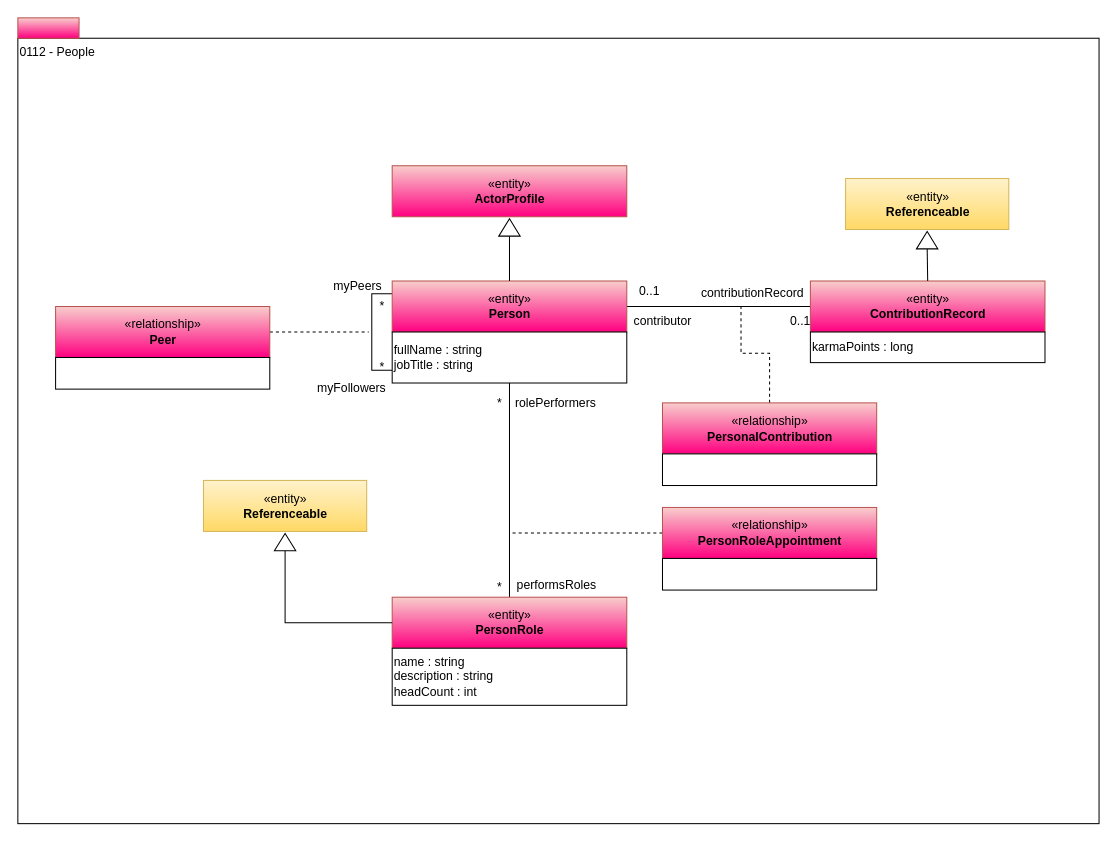
Above: page "0112-People" (3 of 13) of open-metadata-publication/website/open-metadata-types/area-1-collaboration.drawio in planetf1/egeria (draw.io), before the change. Source tidied: cells renumbered, new cells numbered last; positions are measured from the earlier drawing's top-left corner, leaving out a move shared by most shapes. Both pictures are drawn from the tidied source at 102%, with x=0, y=0 at pixel (17, 17).
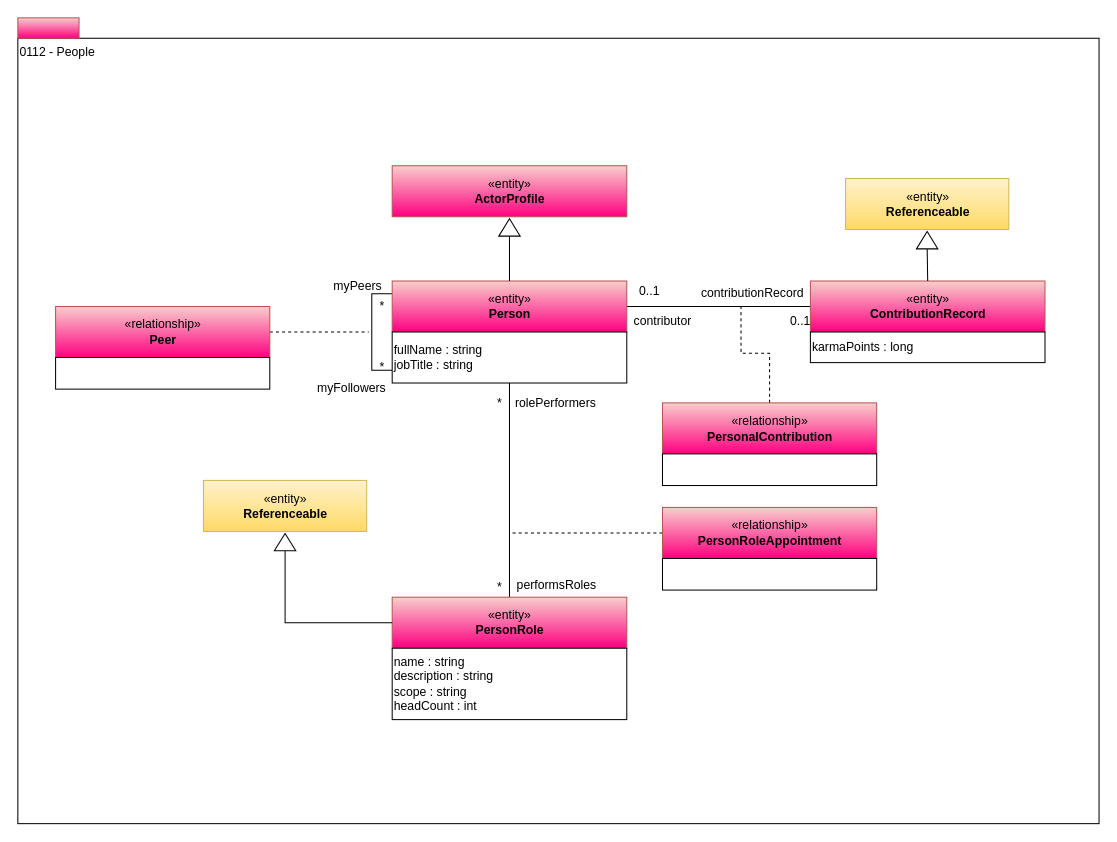
After the change.

What changed in the source:
```diff
@@
-    <mxCell id="12" value="name : string&lt;br&gt;description : string&lt;br&gt;headCount : int&lt;br&gt;" style="rounded=0;whiteSpace=wrap;html=1;align=left;" parent="1" vertex="1">
-      <mxGeometry x="367" y="618" width="230" height="56" as="geometry" />
+    <mxCell id="12" value="name : string&lt;br&gt;description : string&lt;br&gt;scope : string&lt;br&gt;headCount : int" style="rounded=0;whiteSpace=wrap;html=1;align=left;" parent="1" vertex="1">
+      <mxGeometry x="367" y="618" width="230" height="70" as="geometry" />
     </mxCell>
```
